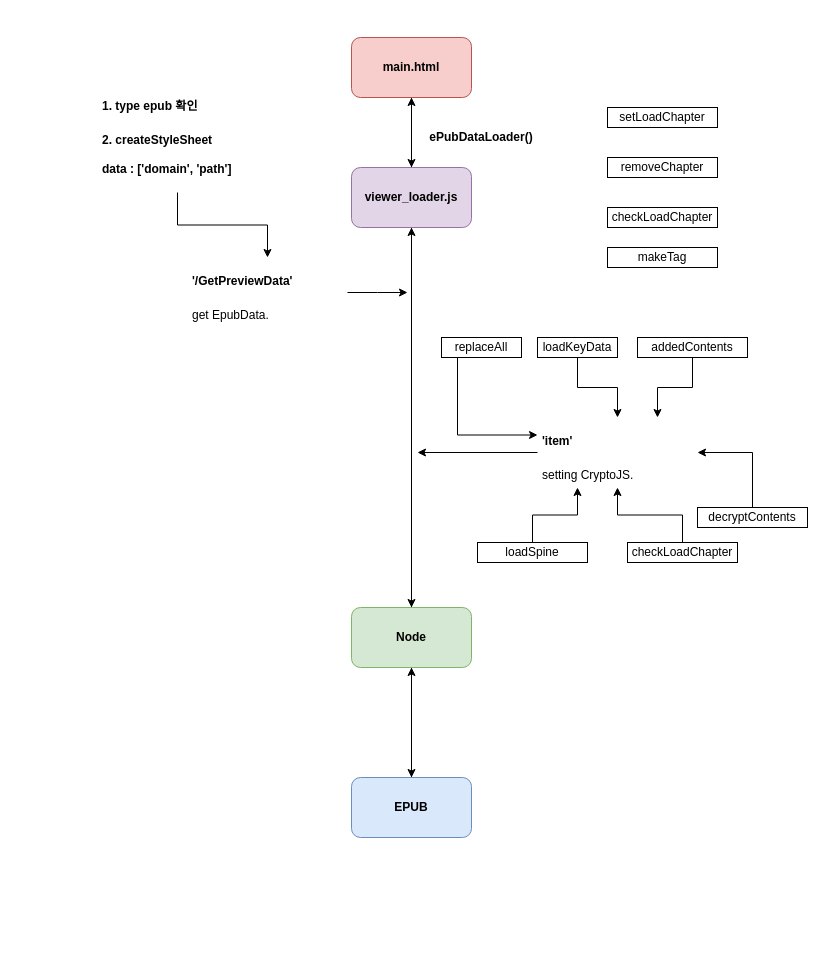
Earlier version of the draw.io diagram Untitled Diagram.drawio (junhee916/basic_Modify). Source tidied: cells renumbered, new cells numbered last; positions are measured from the earlier drawing's top-left corner, leaving out a move shared by most shapes. Both pictures are drawn from the tidied source at 100%, with x=0, y=0 at pixel (97, 37).
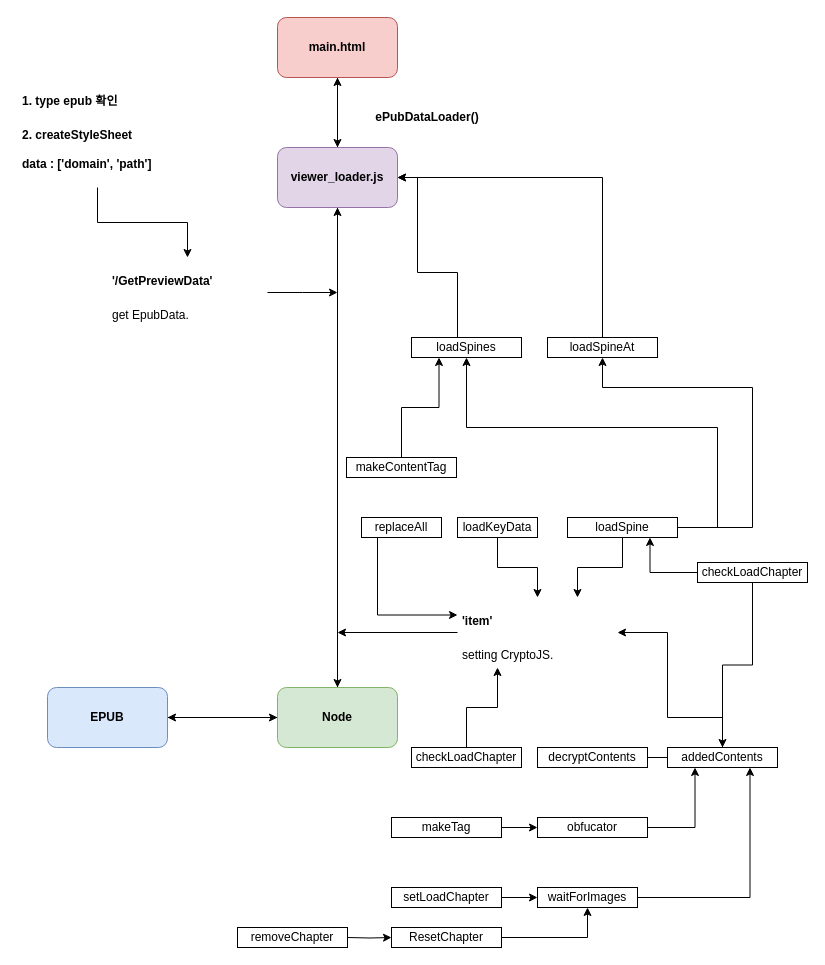
The same page after the edit.

What changed in the source:
```diff
@@
     <mxCell id="3" value="&lt;b&gt;main.html&lt;/b&gt;" style="rounded=1;whiteSpace=wrap;html=1;fillColor=#f8cecc;strokeColor=#b85450;" parent="1" vertex="1">
-      <mxGeometry x="254" width="120" height="60" as="geometry" />
+      <mxGeometry x="180" y="-20" width="120" height="60" as="geometry" />
     </mxCell>
@@
     <mxCell id="6" value="&lt;b&gt;Node&lt;/b&gt;" style="rounded=1;whiteSpace=wrap;html=1;fillColor=#d5e8d4;strokeColor=#82b366;" parent="1" vertex="1">
-      <mxGeometry x="254" y="570" width="120" height="60" as="geometry" />
+      <mxGeometry x="180" y="650" width="120" height="60" as="geometry" />
     </mxCell>
@@
     <mxCell id="8" value="&lt;b&gt;EPUB&lt;/b&gt;" style="rounded=1;whiteSpace=wrap;html=1;fillColor=#dae8fc;strokeColor=#6c8ebf;" parent="1" vertex="1">
-      <mxGeometry x="254" y="740" width="120" height="60" as="geometry" />
+      <mxGeometry x="-50" y="650" width="120" height="60" as="geometry" />
     </mxCell>
@@
     <mxCell id="11" value="&lt;b&gt;viewer_loader.js&lt;/b&gt;" style="rounded=1;whiteSpace=wrap;html=1;fillColor=#e1d5e7;strokeColor=#9673a6;" parent="1" vertex="1">
-      <mxGeometry x="254" y="130" width="120" height="60" as="geometry" />
+      <mxGeometry x="180" y="110" width="120" height="60" as="geometry" />
     </mxCell>
     <mxCell id="12" value="&lt;b&gt;ePubDataLoader()&lt;/b&gt;" style="text;html=1;strokeColor=none;fillColor=none;align=center;verticalAlign=middle;whiteSpace=wrap;rounded=0;" parent="1" vertex="1">
-      <mxGeometry x="314" y="90" width="140" height="20" as="geometry" />
+      <mxGeometry x="260" y="70" width="140" height="20" as="geometry" />
     </mxCell>
     <mxCell id="13" style="edgeStyle=orthogonalEdgeStyle;rounded=0;jettySize=auto;html=1;" parent="1" edge="1" source="14">
       <mxGeometry relative="1" as="geometry">
-        <mxPoint x="310" y="255" as="targetPoint" />
+        <mxPoint x="240" y="255" as="targetPoint" />
       </mxGeometry>
     </mxCell>
     <mxCell id="14" value="&lt;h1&gt;&lt;font style=&quot;font-size: 12px&quot;&gt;'/GetPreviewData'&lt;/font&gt;&lt;/h1&gt;&lt;p&gt;&lt;font style=&quot;font-size: 12px&quot;&gt;get EpubData.&lt;/font&gt;&lt;/p&gt;" style="text;html=1;strokeColor=none;fillColor=none;spacing=5;spacingTop=-20;whiteSpace=wrap;overflow=hidden;rounded=0;" parent="1" vertex="1">
-      <mxGeometry x="90" y="220" width="160" height="70" as="geometry" />
+      <mxGeometry x="10" y="220" width="160" height="70" as="geometry" />
     </mxCell>
     <mxCell id="15" style="edgeStyle=orthogonalEdgeStyle;rounded=0;jettySize=auto;html=1;" parent="1" edge="1" source="16">
       <mxGeometry relative="1" as="geometry">
-        <mxPoint x="320" y="415" as="targetPoint" />
+        <mxPoint x="240" y="595" as="targetPoint" />
+        <Array as="points">
+          <mxPoint x="240" y="595" />
+          <mxPoint x="240" y="595" />
+        </Array>
       </mxGeometry>
     </mxCell>
     <mxCell id="16" value="&lt;h1&gt;&lt;font style=&quot;font-size: 12px&quot;&gt;'item'&lt;/font&gt;&lt;/h1&gt;&lt;p&gt;&lt;font style=&quot;font-size: 12px&quot;&gt;setting CryptoJS.&lt;/font&gt;&lt;/p&gt;" style="text;html=1;strokeColor=none;fillColor=none;spacing=5;spacingTop=-20;whiteSpace=wrap;overflow=hidden;rounded=0;" parent="1" vertex="1">
-      <mxGeometry x="440" y="380" width="160" height="70" as="geometry" />
+      <mxGeometry x="360" y="560" width="160" height="70" as="geometry" />
     </mxCell>
@@
     <mxCell id="18" value="&lt;h1&gt;&lt;span style=&quot;font-size: 12px&quot;&gt;1. type epub 확인&lt;/span&gt;&lt;/h1&gt;&lt;div&gt;&lt;span style=&quot;font-size: 12px&quot;&gt;&lt;b&gt;2. createStyleSheet&lt;/b&gt;&lt;/span&gt;&lt;/div&gt;&lt;div&gt;&lt;span style=&quot;font-size: 12px&quot;&gt;&lt;b&gt;&lt;br&gt;&lt;/b&gt;&lt;/span&gt;&lt;/div&gt;&lt;div&gt;&lt;b&gt;data : ['domain', 'path']&lt;/b&gt;&lt;/div&gt;" style="text;html=1;strokeColor=none;fillColor=none;spacing=5;spacingTop=-20;whiteSpace=wrap;overflow=hidden;rounded=0;" parent="1" vertex="1">
-      <mxGeometry y="45" width="160" height="110" as="geometry" />
+      <mxGeometry x="-80" y="40" width="160" height="110" as="geometry" />
     </mxCell>
@@
     <mxCell id="20" value="loadKeyData" style="rounded=0;whiteSpace=wrap;html=1;" parent="1" vertex="1">
-      <mxGeometry x="440" y="300" width="80" height="20" as="geometry" />
+      <mxGeometry x="360" y="480" width="80" height="20" as="geometry" />
     </mxCell>
-    <mxCell id="21" style="edgeStyle=orthogonalEdgeStyle;rounded=0;jettySize=auto;html=1;entryX=1;entryY=0.5;entryDx=0;entryDy=0;" parent="1" edge="1" source="22" target="16">
-      <mxGeometry relative="1" as="geometry" />
-    </mxCell>
     <mxCell id="22" value="decryptContents" style="rounded=0;whiteSpace=wrap;html=1;" parent="1" vertex="1">
-      <mxGeometry x="600" y="470" width="110" height="20" as="geometry" />
+      <mxGeometry x="440" y="710" width="110" height="20" as="geometry" />
     </mxCell>
-    <mxCell id="23" style="edgeStyle=orthogonalEdgeStyle;rounded=0;jettySize=auto;html=1;entryX=0.75;entryY=0;entryDx=0;entryDy=0;" parent="1" edge="1" source="24" target="16">
-      <mxGeometry relative="1" as="geometry" />
+    <mxCell id="23" style="edgeStyle=orthogonalEdgeStyle;rounded=0;jettySize=auto;html=1;" parent="1" edge="1" source="24" target="16">
+      <mxGeometry relative="1" as="geometry">
+        <Array as="points">
+          <mxPoint x="625" y="680" />
+          <mxPoint x="570" y="680" />
+          <mxPoint x="570" y="595" />
+        </Array>
+      </mxGeometry>
     </mxCell>
     <mxCell id="24" value="addedContents" style="rounded=0;whiteSpace=wrap;html=1;" parent="1" vertex="1">
-      <mxGeometry x="540" y="300" width="110" height="20" as="geometry" />
+      <mxGeometry x="570" y="710" width="110" height="20" as="geometry" />
     </mxCell>
-    <mxCell id="25" style="edgeStyle=orthogonalEdgeStyle;rounded=0;jettySize=auto;html=1;entryX=0.5;entryY=1;entryDx=0;entryDy=0;" parent="1" edge="1" source="26" target="16">
+    <mxCell id="25" style="edgeStyle=orthogonalEdgeStyle;rounded=0;jettySize=auto;html=1;entryX=0.25;entryY=1;entryDx=0;entryDy=0;" parent="1" edge="1" source="26" target="16">
       <mxGeometry relative="1" as="geometry" />
     </mxCell>
     <mxCell id="26" value="checkLoadChapter" style="rounded=0;whiteSpace=wrap;html=1;" parent="1" vertex="1">
-      <mxGeometry x="530" y="505" width="110" height="20" as="geometry" />
+      <mxGeometry x="314" y="710" width="110" height="20" as="geometry" />
     </mxCell>
+    <mxCell id="35" style="edgeStyle=orthogonalEdgeStyle;rounded=0;jettySize=auto;html=1;entryX=0.5;entryY=1;entryDx=0;entryDy=0;" parent="1" edge="1" source="28" target="43">
+      <mxGeometry relative="1" as="geometry">
+        <Array as="points">
+          <mxPoint x="620" y="390" />
+          <mxPoint x="369" y="390" />
+        </Array>
+      </mxGeometry>
+    </mxCell>
+    <mxCell id="36" style="edgeStyle=orthogonalEdgeStyle;rounded=0;jettySize=auto;html=1;entryX=0.5;entryY=1;entryDx=0;entryDy=0;" parent="1" edge="1" source="28" target="47">
+      <mxGeometry relative="1" as="geometry">
+        <Array as="points">
+          <mxPoint x="655" y="350" />
+          <mxPoint x="505" y="350" />
+        </Array>
+      </mxGeometry>
+    </mxCell>
-    <mxCell id="27" style="edgeStyle=orthogonalEdgeStyle;rounded=0;jettySize=auto;html=1;entryX=0.25;entryY=1;entryDx=0;entryDy=0;" parent="1" edge="1" source="28" target="16">
+    <mxCell id="27" style="edgeStyle=orthogonalEdgeStyle;rounded=0;jettySize=auto;html=1;entryX=0.75;entryY=0;entryDx=0;entryDy=0;" parent="1" edge="1" source="28" target="16">
       <mxGeometry relative="1" as="geometry" />
     </mxCell>
     <mxCell id="28" value="loadSpine" style="rounded=0;whiteSpace=wrap;html=1;" parent="1" vertex="1">
-      <mxGeometry x="380" y="505" width="110" height="20" as="geometry" />
+      <mxGeometry x="470" y="480" width="110" height="20" as="geometry" />
     </mxCell>
     <mxCell id="29" style="edgeStyle=orthogonalEdgeStyle;rounded=0;jettySize=auto;html=1;entryX=0;entryY=0.25;entryDx=0;entryDy=0;" parent="1" edge="1" source="30" target="16">
       <mxGeometry relative="1" as="geometry">
         <Array as="points">
-          <mxPoint x="360" y="398" />
+          <mxPoint x="280" y="578" />
         </Array>
       </mxGeometry>
     </mxCell>
     <mxCell id="30" value="replaceAll" style="rounded=0;whiteSpace=wrap;html=1;" parent="1" vertex="1">
-      <mxGeometry x="344" y="300" width="80" height="20" as="geometry" />
+      <mxGeometry x="264" y="480" width="80" height="20" as="geometry" />
     </mxCell>
+    <mxCell id="37" style="edgeStyle=orthogonalEdgeStyle;rounded=0;jettySize=auto;html=1;entryX=0.75;entryY=1;entryDx=0;entryDy=0;" parent="1" edge="1" source="33" target="28">
+      <mxGeometry relative="1" as="geometry" />
+    </mxCell>
+    <mxCell id="38" style="edgeStyle=orthogonalEdgeStyle;rounded=0;jettySize=auto;html=1;entryX=0.5;entryY=0;entryDx=0;entryDy=0;" parent="1" edge="1" source="33" target="24">
+      <mxGeometry relative="1" as="geometry" />
+    </mxCell>
+    <mxCell id="33" value="checkLoadChapter" style="rounded=0;whiteSpace=wrap;html=1;" parent="1" vertex="1">
+      <mxGeometry x="600" y="525" width="110" height="20" as="geometry" />
+    </mxCell>
+    <mxCell id="39" style="edgeStyle=orthogonalEdgeStyle;rounded=0;jettySize=auto;html=1;" parent="1" edge="1" source="34" target="41">
+      <mxGeometry relative="1" as="geometry" />
+    </mxCell>
+    <mxCell id="34" value="makeTag" style="rounded=0;whiteSpace=wrap;html=1;" parent="1" vertex="1">
+      <mxGeometry x="294" y="780" width="110" height="20" as="geometry" />
+    </mxCell>
+    <mxCell id="40" style="edgeStyle=orthogonalEdgeStyle;rounded=0;jettySize=auto;html=1;entryX=0.25;entryY=1;entryDx=0;entryDy=0;" parent="1" edge="1" source="41" target="24">
+      <mxGeometry relative="1" as="geometry" />
+    </mxCell>
+    <mxCell id="41" value="obfucator" style="rounded=0;whiteSpace=wrap;html=1;" parent="1" vertex="1">
+      <mxGeometry x="440" y="780" width="110" height="20" as="geometry" />
+    </mxCell>
+    <mxCell id="42" style="edgeStyle=orthogonalEdgeStyle;rounded=0;jettySize=auto;html=1;entryX=1;entryY=0.5;entryDx=0;entryDy=0;" parent="1" edge="1" source="43" target="11">
+      <mxGeometry relative="1" as="geometry">
+        <Array as="points">
+          <mxPoint x="360" y="235" />
+          <mxPoint x="320" y="235" />
+          <mxPoint x="320" y="140" />
+        </Array>
+      </mxGeometry>
+    </mxCell>
+    <mxCell id="43" value="loadSpines" style="rounded=0;whiteSpace=wrap;html=1;" parent="1" vertex="1">
+      <mxGeometry x="314" y="300" width="110" height="20" as="geometry" />
+    </mxCell>
+    <mxCell id="44" style="edgeStyle=orthogonalEdgeStyle;rounded=0;jettySize=auto;html=1;entryX=0.25;entryY=1;entryDx=0;entryDy=0;" parent="1" edge="1" source="45" target="43">
+      <mxGeometry relative="1" as="geometry" />
+    </mxCell>
+    <mxCell id="45" value="makeContentTag" style="rounded=0;whiteSpace=wrap;html=1;" parent="1" vertex="1">
+      <mxGeometry x="249" y="420" width="110" height="20" as="geometry" />
+    </mxCell>
+    <mxCell id="46" style="edgeStyle=orthogonalEdgeStyle;rounded=0;jettySize=auto;html=1;" parent="1" edge="1" source="47">
+      <mxGeometry relative="1" as="geometry">
+        <mxPoint x="300" y="140" as="targetPoint" />
+        <Array as="points">
+          <mxPoint x="505" y="140" />
+        </Array>
+      </mxGeometry>
+    </mxCell>
+    <mxCell id="47" value="loadSpineAt" style="rounded=0;whiteSpace=wrap;html=1;" parent="1" vertex="1">
+      <mxGeometry x="450" y="300" width="110" height="20" as="geometry" />
+    </mxCell>
+    <mxCell id="48" style="edgeStyle=orthogonalEdgeStyle;rounded=0;jettySize=auto;html=1;entryX=0.75;entryY=1;entryDx=0;entryDy=0;" parent="1" edge="1" source="49" target="24">
+      <mxGeometry relative="1" as="geometry" />
+    </mxCell>
+    <mxCell id="49" value="waitForImages" style="rounded=0;whiteSpace=wrap;html=1;" parent="1" vertex="1">
+      <mxGeometry x="440" y="850" width="100" height="20" as="geometry" />
+    </mxCell>
+    <mxCell id="50" style="endArrow=none;html=1;entryX=0;entryY=0.5;entryDx=0;entryDy=0;exitX=1;exitY=0.5;exitDx=0;exitDy=0;" parent="1" edge="1" source="22" target="24">
+      <mxGeometry relative="1" as="geometry" />
+    </mxCell>
+    <mxCell id="51" style="edgeStyle=orthogonalEdgeStyle;rounded=0;jettySize=auto;html=1;entryX=0;entryY=0.5;entryDx=0;entryDy=0;" parent="1" edge="1" source="31" target="49">
+      <mxGeometry relative="1" as="geometry" />
+    </mxCell>
     <mxCell id="31" value="setLoadChapter" style="rounded=0;whiteSpace=wrap;html=1;" parent="1" vertex="1">
-      <mxGeometry x="510" y="70" width="110" height="20" as="geometry" />
+      <mxGeometry x="294" y="850" width="110" height="20" as="geometry" />
     </mxCell>
+    <mxCell id="52" style="edgeStyle=orthogonalEdgeStyle;rounded=0;jettySize=auto;html=1;entryX=0.5;entryY=1;entryDx=0;entryDy=0;" parent="1" edge="1" source="53" target="49">
+      <mxGeometry relative="1" as="geometry" />
+    </mxCell>
+    <mxCell id="53" value="ResetChapter" style="rounded=0;whiteSpace=wrap;html=1;" parent="1" vertex="1">
+      <mxGeometry x="294" y="890" width="110" height="20" as="geometry" />
+    </mxCell>
+    <mxCell id="54" style="edgeStyle=orthogonalEdgeStyle;rounded=0;jettySize=auto;html=1;entryX=0;entryY=0.5;entryDx=0;entryDy=0;" parent="1" edge="1" target="53">
+      <mxGeometry relative="1" as="geometry">
+        <mxPoint x="250" y="900" as="sourcePoint" />
+      </mxGeometry>
+    </mxCell>
     <mxCell id="32" value="removeChapter" style="rounded=0;whiteSpace=wrap;html=1;" parent="1" vertex="1">
-      <mxGeometry x="510" y="120" width="110" height="20" as="geometry" />
+      <mxGeometry x="140" y="890" width="110" height="20" as="geometry" />
     </mxCell>
-    <mxCell id="33" value="checkLoadChapter" style="rounded=0;whiteSpace=wrap;html=1;" parent="1" vertex="1">
-      <mxGeometry x="510" y="170" width="110" height="20" as="geometry" />
-    </mxCell>
-    <mxCell id="34" value="makeTag" style="rounded=0;whiteSpace=wrap;html=1;" parent="1" vertex="1">
-      <mxGeometry x="510" y="210" width="110" height="20" as="geometry" />
-    </mxCell>
```
